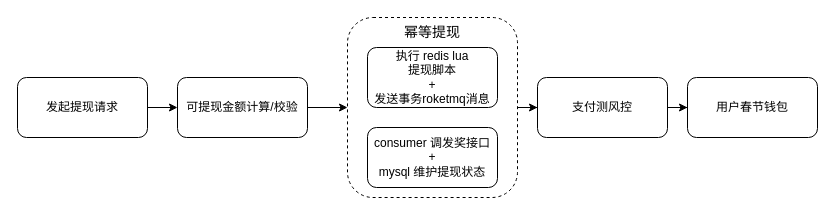
This is 提现流程.drawio from jfeign/draw.io, a draw.io file, before an edit. Source tidied: cells renumbered, new cells numbered last; positions are measured from the earlier drawing's top-left corner, leaving out a move shared by most shapes. Both pictures are drawn from the tidied source at 100%, with x=0, y=0 at pixel (17, 17).
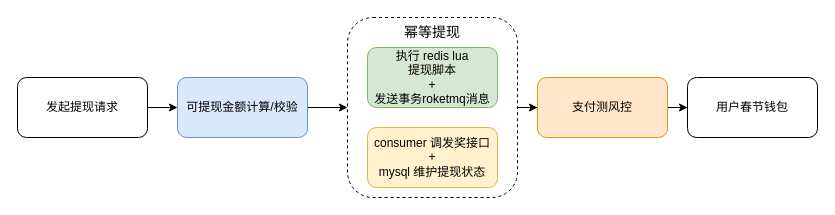
The same page after the edit.

Commit message (it also covers changes not shown here):
更新提现流程.drawio

The edit, as a diff of the source:
```diff
@@
 <mxGraphModel>
   <root>
     <mxCell id="0" />
     <mxCell id="1" parent="0" />
     <mxCell id="2" style="edgeStyle=orthogonalEdgeStyle;rounded=0;jettySize=auto;html=1;entryX=0;entryY=0.5;entryDx=0;entryDy=0;fontSize=14;" parent="1" edge="1" source="3" target="11">
       <mxGeometry relative="1" as="geometry" />
     </mxCell>
     <mxCell id="3" value="幂等提现" style="rounded=1;whiteSpace=wrap;html=1;fontSize=14;dashed=1;verticalAlign=top;" parent="1" vertex="1">
       <mxGeometry x="330" width="170" height="180" as="geometry" />
     </mxCell>
     <mxCell id="4" style="edgeStyle=orthogonalEdgeStyle;rounded=0;jettySize=auto;html=1;fontSize=14;entryX=0;entryY=0.5;entryDx=0;entryDy=0;" parent="1" edge="1" source="5" target="9">
       <mxGeometry relative="1" as="geometry" />
     </mxCell>
     <mxCell id="5" value="发起提现请求" style="rounded=1;whiteSpace=wrap;html=1;" parent="1" vertex="1">
       <mxGeometry y="60" width="130" height="60" as="geometry" />
     </mxCell>
     <mxCell id="6" style="edgeStyle=orthogonalEdgeStyle;rounded=0;jettySize=auto;html=1;entryX=0;entryY=0.5;entryDx=0;entryDy=0;fontSize=14;exitX=1;exitY=0.5;exitDx=0;exitDy=0;" parent="1" edge="1" source="9" target="3">
       <mxGeometry relative="1" as="geometry" />
     </mxCell>
-    <mxCell id="7" value="执行 redis lua&lt;br&gt;提现脚本&lt;br&gt;+&lt;br&gt;发送事务roketmq消息" style="rounded=1;whiteSpace=wrap;html=1;" parent="1" vertex="1">
+    <mxCell id="7" value="执行 redis lua&lt;br&gt;提现脚本&lt;br&gt;+&lt;br&gt;发送事务roketmq消息" style="rounded=1;whiteSpace=wrap;html=1;fillColor=#d5e8d4;strokeColor=#82b366;" parent="1" vertex="1">
       <mxGeometry x="350" y="30" width="130" height="60" as="geometry" />
     </mxCell>
-    <mxCell id="8" value="consumer 调发奖接口&lt;br&gt;+&lt;br&gt;mysql 维护提现状态" style="rounded=1;whiteSpace=wrap;html=1;" parent="1" vertex="1">
+    <mxCell id="8" value="consumer 调发奖接口&lt;br&gt;+&lt;br&gt;mysql 维护提现状态" style="rounded=1;whiteSpace=wrap;html=1;fillColor=#fff2cc;strokeColor=#d6b656;" parent="1" vertex="1">
       <mxGeometry x="350" y="110" width="130" height="60" as="geometry" />
     </mxCell>
-    <mxCell id="9" value="可提现金额计算/校验" style="rounded=1;whiteSpace=wrap;html=1;" parent="1" vertex="1">
+    <mxCell id="9" value="可提现金额计算/校验" style="rounded=1;whiteSpace=wrap;html=1;fillColor=#dae8fc;strokeColor=#6c8ebf;" parent="1" vertex="1">
       <mxGeometry x="160" y="60" width="130" height="60" as="geometry" />
     </mxCell>
     <mxCell id="10" style="edgeStyle=orthogonalEdgeStyle;rounded=0;jettySize=auto;html=1;entryX=0;entryY=0.5;entryDx=0;entryDy=0;fontSize=14;" parent="1" edge="1" source="11" target="12">
       <mxGeometry relative="1" as="geometry" />
     </mxCell>
-    <mxCell id="11" value="支付测风控" style="rounded=1;whiteSpace=wrap;html=1;" parent="1" vertex="1">
+    <mxCell id="11" value="支付测风控" style="rounded=1;whiteSpace=wrap;html=1;fillColor=#ffe6cc;strokeColor=#d79b00;" parent="1" vertex="1">
       <mxGeometry x="520" y="60" width="130" height="60" as="geometry" />
     </mxCell>
     <mxCell id="12" value="用户春节钱包" style="rounded=1;whiteSpace=wrap;html=1;" parent="1" vertex="1">
       <mxGeometry x="670" y="60" width="130" height="60" as="geometry" />
     </mxCell>
   </root>
 </mxGraphModel>
```
